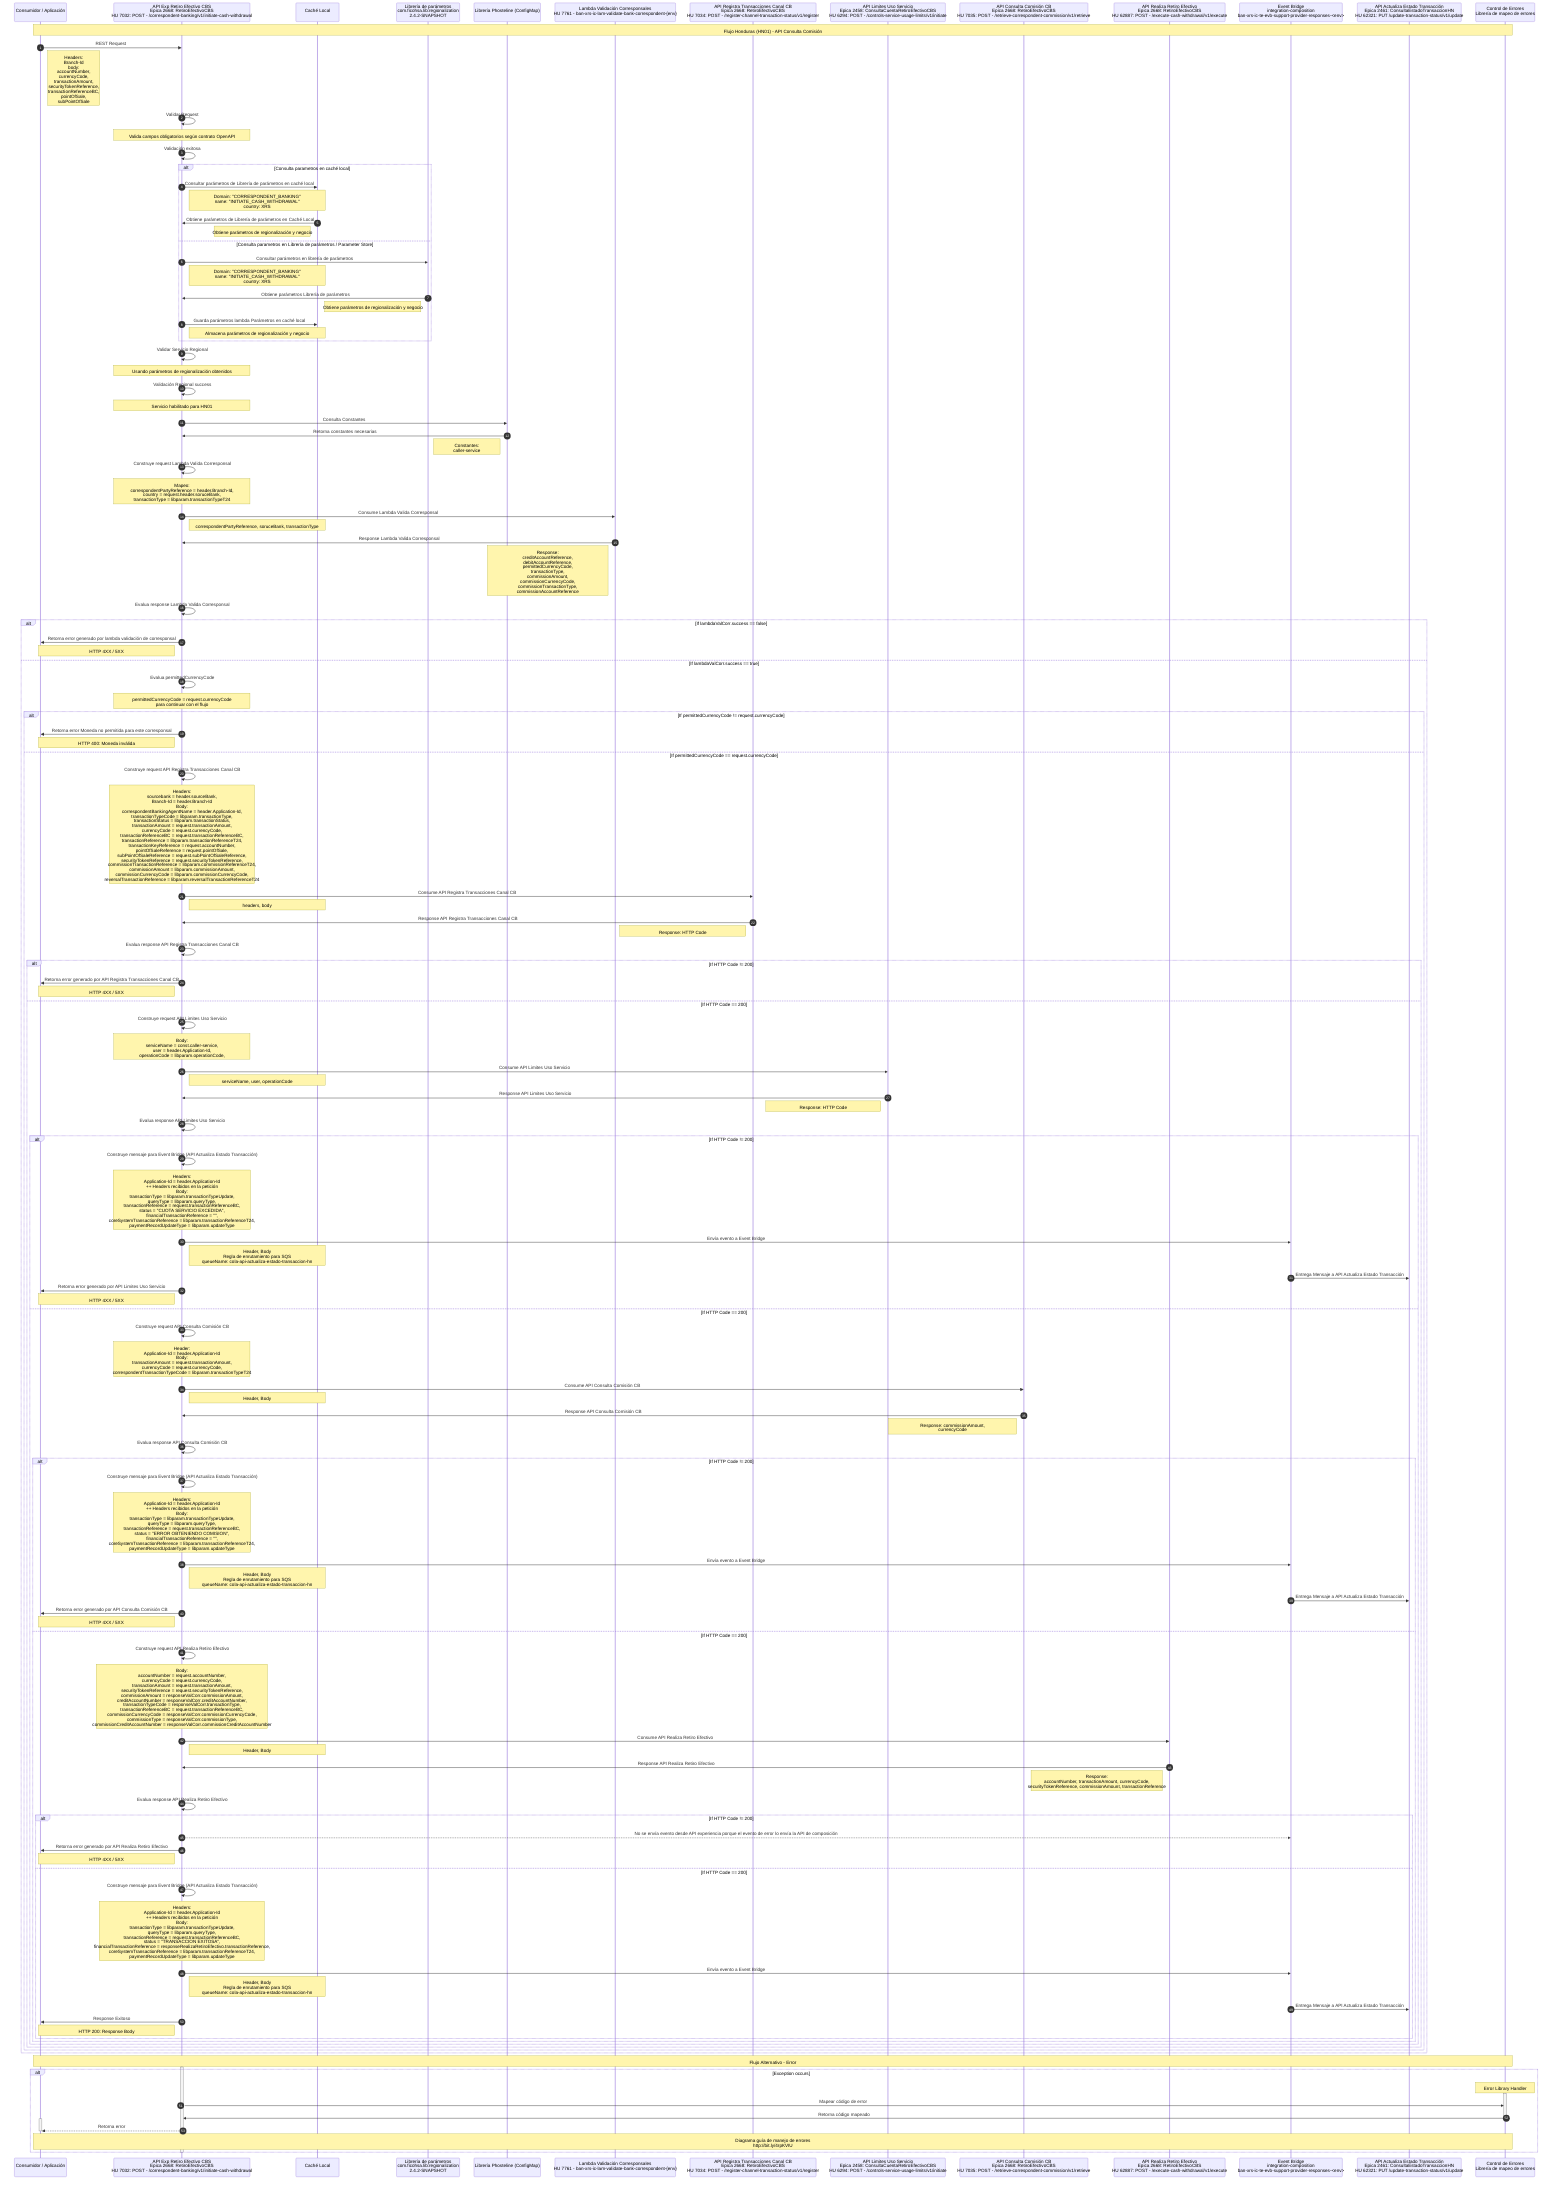
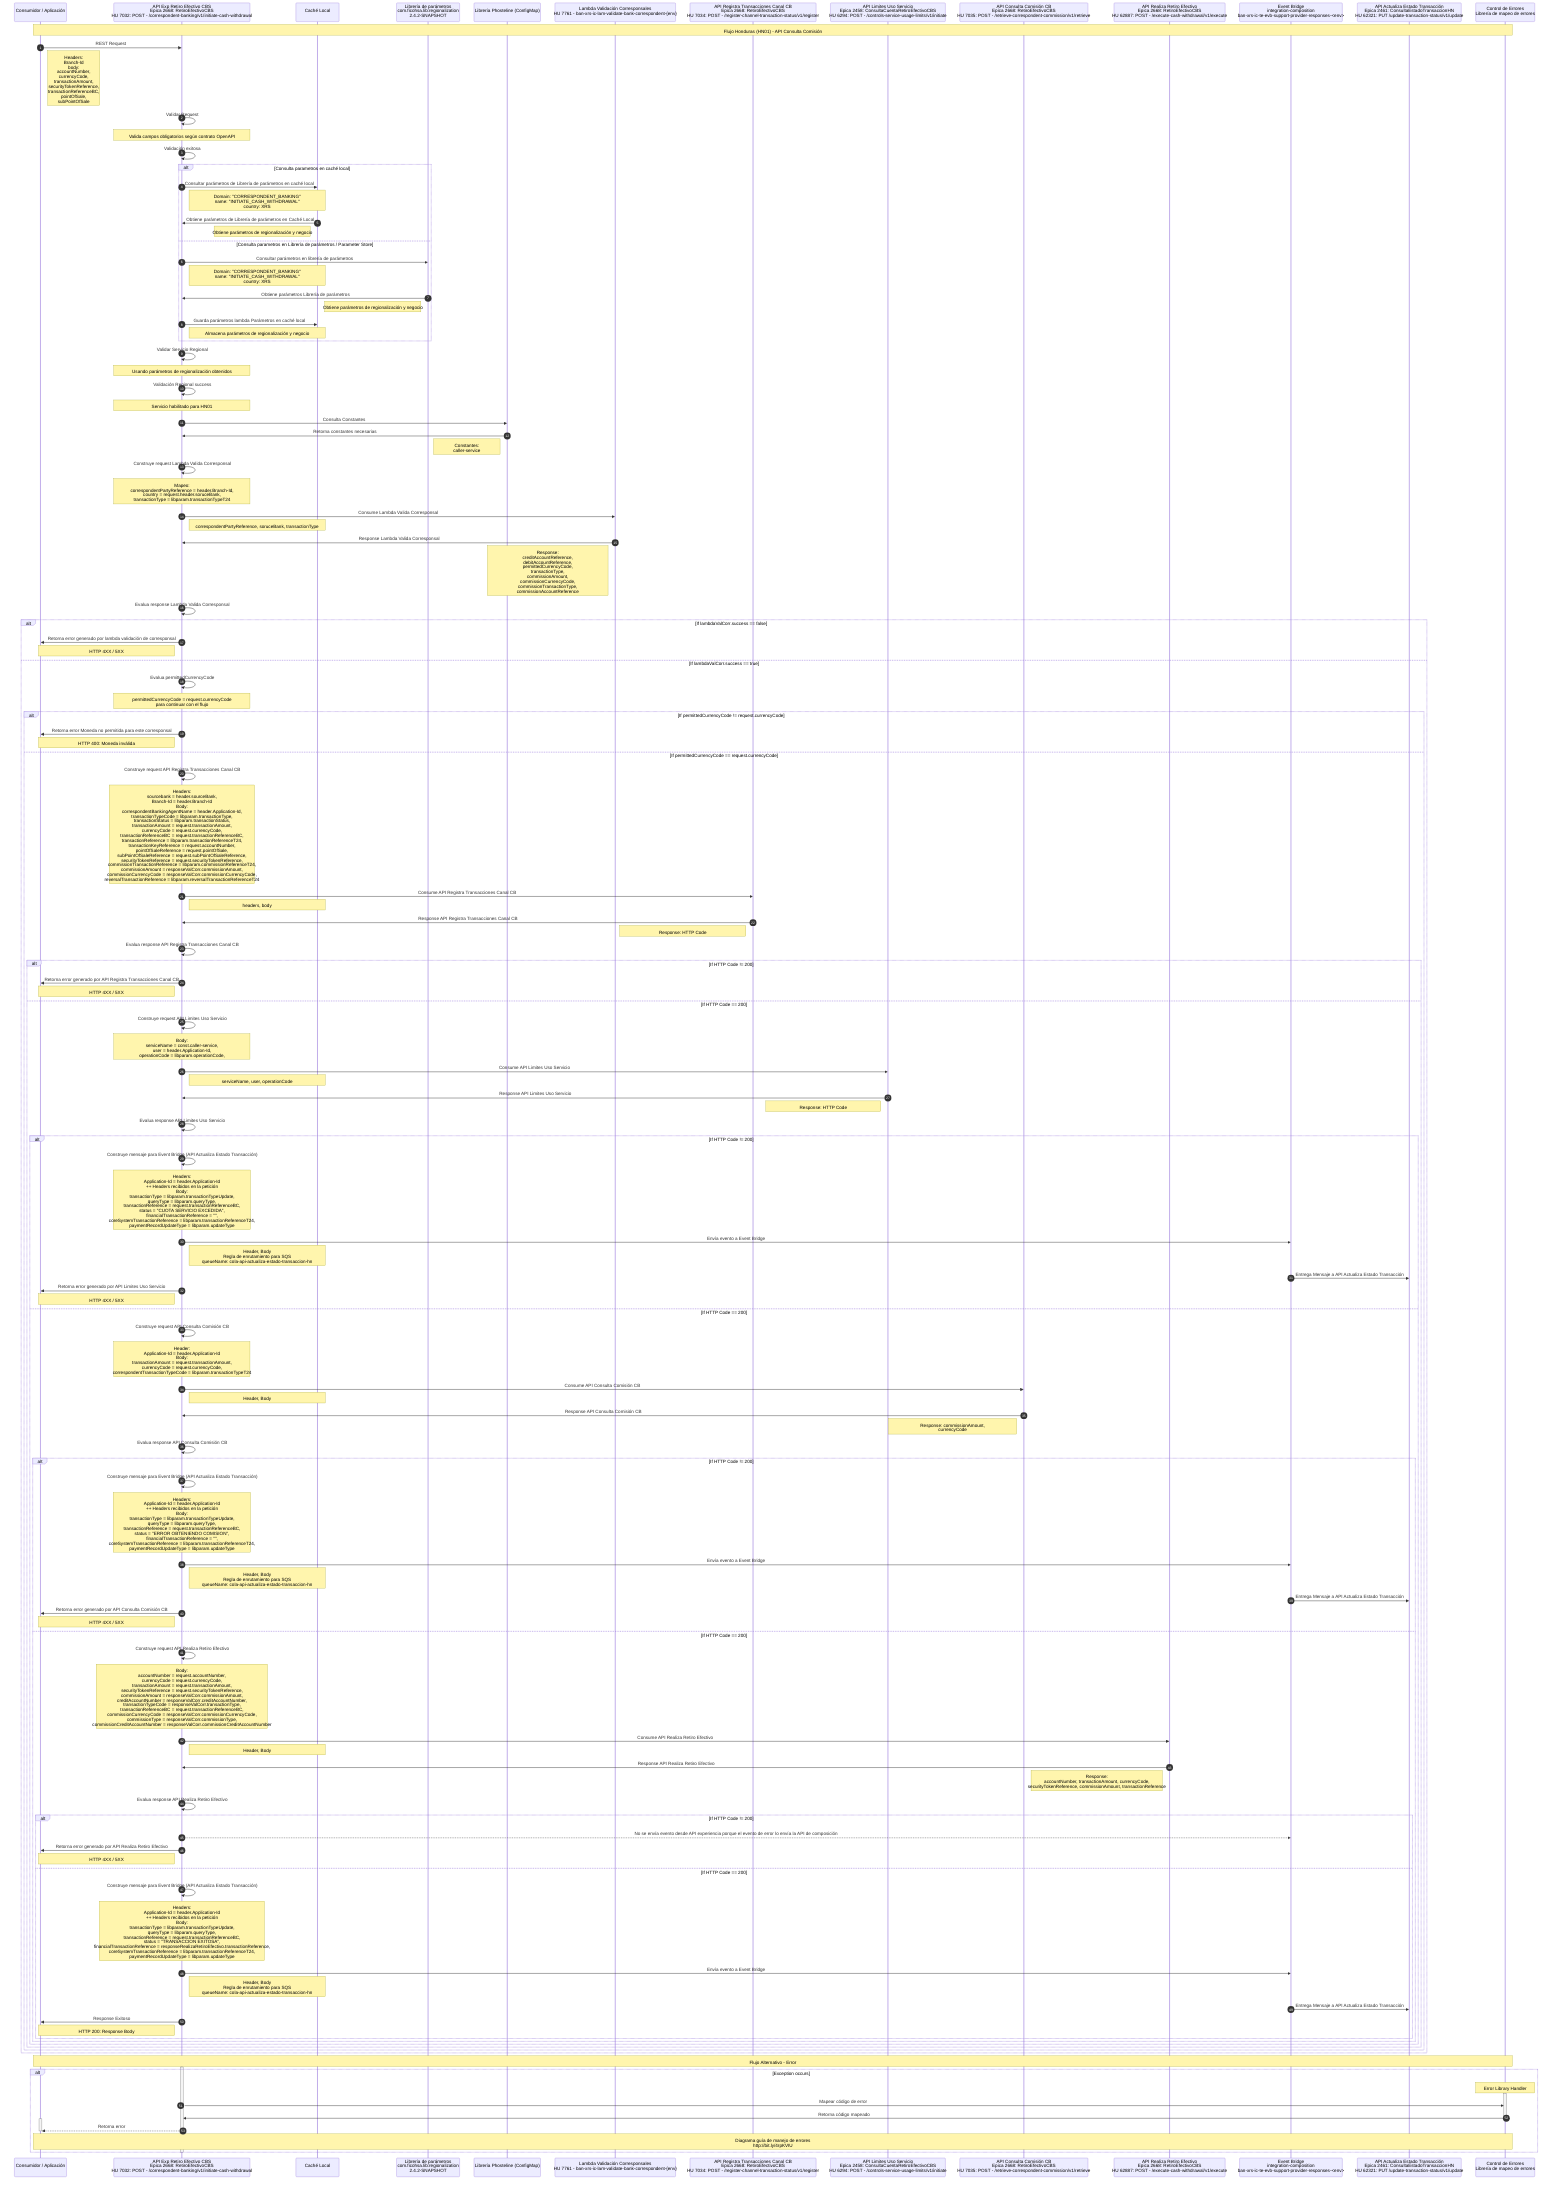
sequenceDiagram
    autonumber
    participant Consumidor as Consumidor / Aplicación
    participant API as API Exp Retiro Efectivo CBS <br> Epica 2668: RetiroEfectivoCBS <br> HU 7032: POST -  /correspondent-banking/v1/initiate-cash-withdrawal
    participant CL as Caché Local
    participant Lambda as Librería de parámetros <br> com.ficohsa.lib:regionalization <br> 2.4.2-SNAPSHOT
    participant Lib as Librería Phosteline (ConfigMap)
    participant lambdaCorr as Lambda Validación Corresponsales<br/> HU 7761 - ban-xrs-ic-lam-validate-bank-correspondent-{env}
    participant API1 as API Registra Transacciones Canal CB <br> Epica 2668: RetiroEfectivoCBS <br> HU 7034:  POST - /register-channel-transaction-status/v1/register
    participant API2 as API Limites Uso Servicio <br> Epica 2458: ConsultaCuentaRetiroEfectivoCBS <br> HU 6294:  POST - /controls-service-usage-limits/v1/initiate
    participant API3 as API Consulta Comisión CB <br> Epica 2668: RetiroEfectivoCBS <br> HU 7035:  POST - /retrieve-correspondent-commission/v1/retrieve
    participant API4 as API Realiza Retiro Efectivo <br> Epica 2668: RetiroEfectivoCBS <br> HU 62887:  POST - /execute-cash-withdrawal/v1/execute
    participant event as Event Bridge <br> integration-composition <br> ban-xrs-ic-te-evb-support-provider-responses-<env>
    participant API5 as API Actualiza Estado Transacción <br> Epica 2461: ConsultaEstadoTransaccionHN <br> HU 62321:  PUT /update-transaction-status/v1/update
    participant Errors as Control de Errores <br> Librería de mapeo de errores

    Note over Consumidor, Errors: Flujo Honduras (HN01) - API Consulta Comisión

    Consumidor->>API: REST Request
    Note right of Consumidor: Headers: <br> Branch-Id <br> body: <br> accountNumber, <br> currencyCode, <br> transactionAmount, <br> securityTokenReference, <br> transactionReferenceBC, <br> pointOfSale, <br> subPointOfSale

    API->>API: Validar Request
    Note over API: Valida campos obligatorios según contrato OpenAPI

    API->>API: Validación exitosa

    alt Consulta parametros en caché local

        API->>CL: Consultar parámetros de Librería de parámetros en caché local
        Note right of API: Domain: "CORRESPONDENT_BANKING" <br> name: "INITIATE_CASH_WITHDRAWAL" <br> country: XRS

        CL->>API: Obtiene parámetros de Librería de parámetros en Caché Local
        Note left of CL: Obtiene parámetros de regionalización y negocio

    else Consulta  parametros en Librería de parámetros / Parameter Store

        API->>Lambda: Consultar parámetros en librería de parámetros
        Note right of API: Domain: "CORRESPONDENT_BANKING" <br> name: "INITIATE_CASH_WITHDRAWAL" <br> country: XRS

        Lambda->>API: Obtiene parámetros Librería de parámetros
        Note left of Lambda: Obtiene parámetros de regionalización y negocio

        API->>CL: Guarda parámetros lambda Parámetros en caché local
        Note right of API: Almacena parámetros de regionalización y negocio

    end

    API->>API: Validar Servicio Regional
    Note over API: Usando parámetros de regionalización obtenidos

    API->>API: Validación Regional success
    Note over API: Servicio habilitado para HN01

    API->>Lib: Consulta Constantes

    Lib->>API: Retorna constantes necesarias
    Note left of Lib: Constantes: <br> caller-service

    API->>API: Construye request Lambda Valida Corresponsal
    Note over API: Mapeo: <br> correspondentPartyReference = header.Branch-Id, <br> country = request.header.soruceBank, <br> transactionType = libparam.transactionTypeT24

    API->>lambdaCorr: Consume Lambda Valida Corresponsal
    Note right of API: correspondentPartyReference, soruceBank, transactionType

    lambdaCorr->>API: Response Lambda Valida Corresponsal
    Note left of lambdaCorr: Response: <br> creditAccountReference, <br> debitAccountReference, <br> permittedCurrencyCode, <br> transactionType, <br> commissionAmount, <br> commissionCurrencyCode, <br> commissionTransactionType, <br> commissionAccountReference

    API->>API: Evalua response Lambda Valida Corresponsal

    alt If lambdaValCorr.success == false

        API->> Consumidor: Retorna error generado por lambda validación de corresponsal
        Note left of API: HTTP 4XX / 5XX

    else If lambdaValCorr.success == true

        API->>API: Evalua permittedCurrencyCode
        Note over API: permittedCurrencyCode = request.currencyCode <br> para continuar con el flujo

        alt If permittedCurrencyCode != request.currencyCode

            API->> Consumidor: Retorna error Moneda no permitida para este corresponsal
            Note left of API: HTTP 400: Moneda inválida

        else If permittedCurrencyCode == request.currencyCode

            API->>API: Construye request API Registra Transacciones Canal CB
-             Note over API: Headers: <br> sourcebank = header.sourceBank, <br> Branch-Id = header.Branch-Id <br> Body: <br> correspondentBankingAgentName = header.Application-Id, <br> transactionTypeCode = libparam.transactionType, <br> transactionStatus = libparam.transactionStatus, <br> transactionAmount = request.transactionAmount, <br> currencyCode = request.currencyCode, <br> transactionReferenceBC = request.transactionReferenceBC, <br> transactionReference = libparam.transactionReferenceT24, <br> transactionKeyReference = request.accountNumber, <br> pointOfSaleReference = request.pointOfSale, <br> subPointOfSaleReference = request.subPointOfSaleReference, <br> securityTokenReference = request.securityTokenReference, <br> commissionTransactionReference = libparam.commissionReferenceT24, <br> commissionAmount = libparam.commissionAmount, <br> commissionCurrencyCode = libparam.commissionCurrencyCode, <br> reversalTransactionReference = libparam.reversalTransactionReferenceT24
+             Note over API: Headers: <br> sourcebank = header.sourceBank, <br> Branch-Id = header.Branch-Id <br> Body: <br> correspondentBankingAgentName = header.Application-Id, <br> transactionTypeCode = libparam.transactionType, <br> transactionStatus = libparam.transactionStatus, <br> transactionAmount = request.transactionAmount, <br> currencyCode = request.currencyCode, <br> transactionReferenceBC = request.transactionReferenceBC, <br> transactionReference = libparam.transactionReferenceT24, <br> transactionKeyReference = request.accountNumber, <br> pointOfSaleReference = request.pointOfSale, <br> subPointOfSaleReference = request.subPointOfSaleReference, <br> securityTokenReference = request.securityTokenReference, <br> commissionTransactionReference = libparam.commissionReferenceT24, <br> commissionAmount = responseValCorr.commissionAmount, <br> commissionCurrencyCode = responseValCorr.commissionCurrencyCode, <br> reversalTransactionReference = libparam.reversalTransactionReferenceT24

            API->>API1: Consume API Registra Transacciones Canal CB
            Note right of API: headers, body

            API1->>API: Response API Registra Transacciones Canal CB
            Note left of API1: Response: HTTP Code

            API->>API: Evalua response API Registra Transacciones Canal CB

            alt If HTTP Code != 200

                API->> Consumidor: Retorna error generado por API Registra Transacciones Canal CB
                Note left of API: HTTP 4XX / 5XX

            else If HTTP Code == 200

                API->>API: Construye request API Limites Uso Servicio
                Note over API: Body: <br> serviceName = const.caller-service, <br> user = header.Application-Id, <br> operationCode = libparam.operationCode,

                API->>API2: Consume API Limites Uso Servicio
                Note right of API: serviceName, user, operationCode

                API2->>API: Response API Limites Uso Servicio
                Note left of API2: Response: HTTP Code

                API->>API: Evalua response API Limites Uso Servicio

                alt If HTTP Code != 200

                    API->>API: Construye mensaje para Event Bridge (API Actualiza Estado Transacción)
                    Note over API: Headers: <br> Application-Id = header.Application-Id <br> ++ Headers recibidos en la petición <br> Body: <br> transactionType = libparam.transactionTypeUpdate, <br> queryType = libparam.queryType, <br> transactionReference = request.transactionReferenceBC, <br> status = "CUOTA SERVICIO EXCEDIDA", <br> financialTransactionReference = "", <br> coreSystemTransactionReference = libparam.transactionReferenceT24, <br> paymentRecordUpdateType = libparam.updateType

                    API->>event: Envía evento a Event Bridge
                    Note right of API: Header, Body <br> Regla de enrutamiento para SQS <br> queueName: cola-api-actualiza-estado-transaccion-hn

                    event->>API5: Entrega Mensaje a API Actualiza Estado Transacción

                    API->> Consumidor: Retorna error generado por API Limites Uso Servicio
                    Note left of API: HTTP 4XX / 5XX

                else If HTTP Code == 200

                    API->>API: Construye request API Consulta Comisión CB
                    Note over API: Header: <br> Application-Id = header.Application-Id <br> Body: <br> transactionAmount = request.transactionAmount, <br> currencyCode = request.currencyCode, <br> correspondentTransactionTypeCode = libparam.transactionTypeT24

                    API->>API3: Consume API Consulta Comisión CB
                    Note right of API: Header, Body

                    API3->>API: Response API Consulta Comisión CB
                    Note left of API3: Response: commissionAmount, <br> currencyCode

                    API->>API: Evalua response API Consulta Comisión CB

                    alt If HTTP Code != 200

                        API->>API: Construye mensaje para Event Bridge (API Actualiza Estado Transacción)
                        Note over API: Headers: <br> Application-Id = header.Application-Id <br> ++ Headers recibidos en la petición <br> Body: <br> transactionType = libparam.transactionTypeUpdate, <br> queryType = libparam.queryType, <br> transactionReference = request.transactionReferenceBC, <br> status = "ERROR OBTENIENDO COMISION", <br> financialTransactionReference = "", <br> coreSystemTransactionReference = libparam.transactionReferenceT24, <br> paymentRecordUpdateType = libparam.updateType

                        API->>event: Envía evento a Event Bridge
                        Note right of API: Header, Body <br> Regla de enrutamiento para SQS <br> queueName: cola-api-actualiza-estado-transaccion-hn

                        event->>API5: Entrega Mensaje a API Actualiza Estado Transacción

                        API->> Consumidor: Retorna error generado por API Consulta Comisión CB
                        Note left of API: HTTP 4XX / 5XX

                    else If HTTP Code == 200

                        API->>API: Construye request API Realiza Retiro Efectivo
                        Note over API: Body: <br> accountNumber = request.accountNumber, <br> currencyCode = request.currencyCode, <br> transactionAmount = request.transactionAmount, <br> securityTokenReference = request.securityTokenReference, <br> commissionAmount = responseValCorr.commissionAmount, <br> creditAccountNumber = responseValCorr.creditAccountNumber, <br> transactionTypeCode = responseValCorr.transactionType, <br> transactionReferenceBC = request.transactionReferenceBC, <br> commissionCurrencyCode = responseValCorr.commissionCurrencyCode, <br> commissionType = responseValCorr.commissionType, <br> commissionCreditAccountNumber = responseValCorr.commissionCreditAccountNumber

                        API->>API4: Consume API Realiza Retiro Efectivo
                        Note right of API: Header, Body

                        API4->>API: Response API Realiza Retiro Efectivo
                        Note left of API4: Response: <br> accountNumber, transactionAmount, currencyCode, <br> securityTokenReference, commissionAmount, transactionReference

                        API->>API: Evalua response API Realiza Retiro Efectivo

                        alt If HTTP Code != 200

                            API-->>event: No se envía evento desde API experiencia porque el evento de error lo envía la API de composición

                            API->> Consumidor: Retorna error generado por API Realiza Retiro Efectivo
                            Note left of API: HTTP 4XX / 5XX

                        else If HTTP Code == 200

                            API->>API: Construye mensaje para Event Bridge (API Actualiza Estado Transacción)
                            Note over API: Headers: <br> Application-Id = header.Application-Id <br> ++ Headers recibidos en la petición <br> Body: <br> transactionType = libparam.transactionTypeUpdate, <br> queryType = libparam.queryType, <br> transactionReference = request.transactionReferenceBC, <br> status = "TRANSACCION EXITOSA", <br> financialTransactionReference = responseRealizaRetiroEfectivo.transactionReference, <br> coreSystemTransactionReference = libparam.transactionReferenceT24, <br> paymentRecordUpdateType = libparam.updateType

                            API->>event: Envía evento a Event Bridge
                            Note right of API: Header, Body <br> Regla de enrutamiento para SQS <br> queueName: cola-api-actualiza-estado-transaccion-hn

                            event->>API5: Entrega Mensaje a API Actualiza Estado Transacción

                            API->>Consumidor: Response Exitoso
                            Note left of API: HTTP 200: Response Body

                        end

                    end

                end

            end

        end
    end

    Note over Consumidor, Errors: Flujo Alternativo - Error
    activate API
    alt Exception occurs
        note over Errors: Error Library Handler
        activate Errors
            API->> Errors: Mapear código de error
            Errors ->> API: Retorna código mapeado
        deactivate Errors
        activate Consumidor
            API-->> Consumidor: Retorna error
        deactivate Consumidor
        Note over Consumidor,Errors: Diagrama guía de manejo de errores <br> http://bit.ly/4rpKVIU
    end
    deactivate API